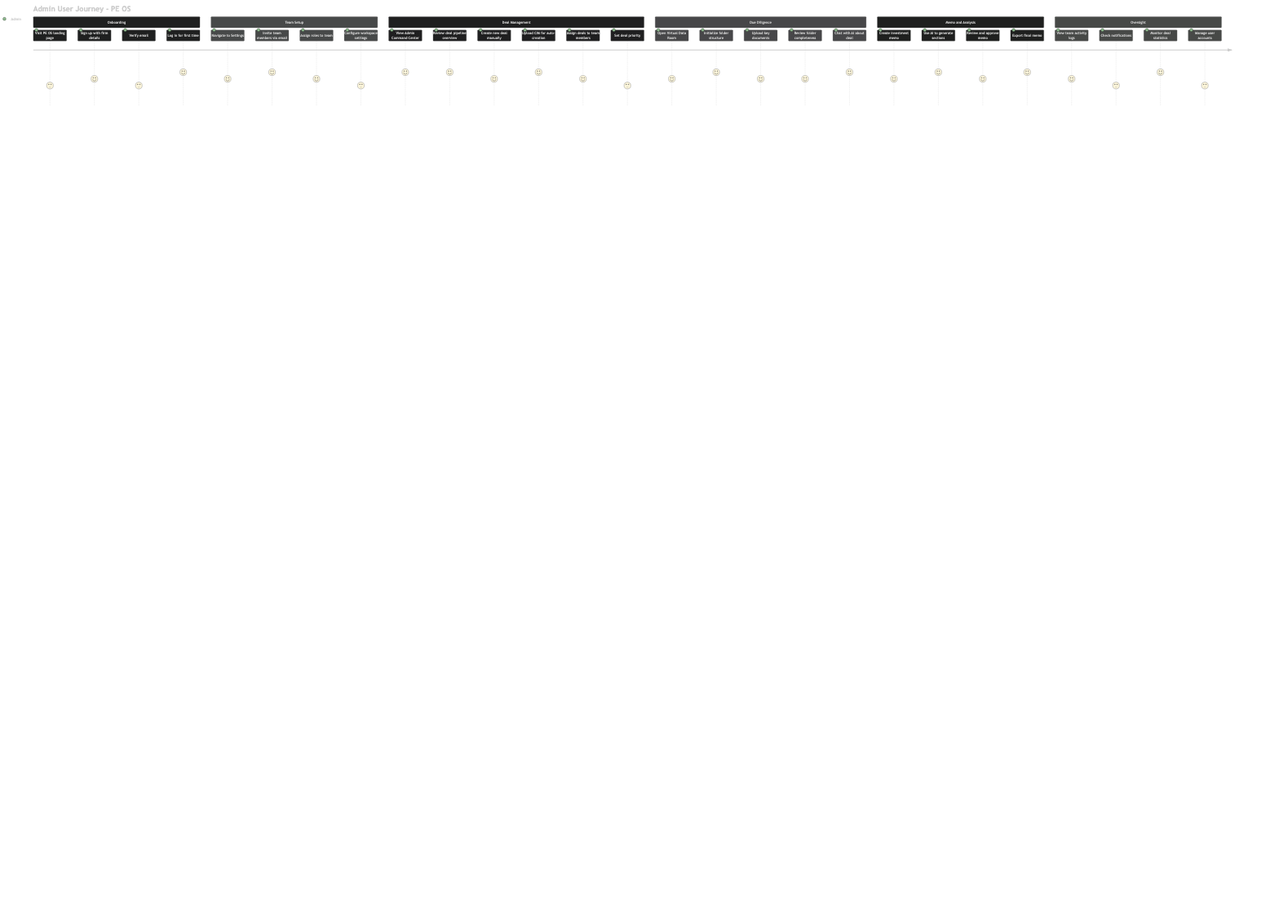
Earlier version of the Mermaid export docs/diagrams/05-user-journey-admin.png (ganeshjagtap7/pe-dealstack). Its source is kept beside it as docs/diagrams/05-user-journey-admin.mmd.
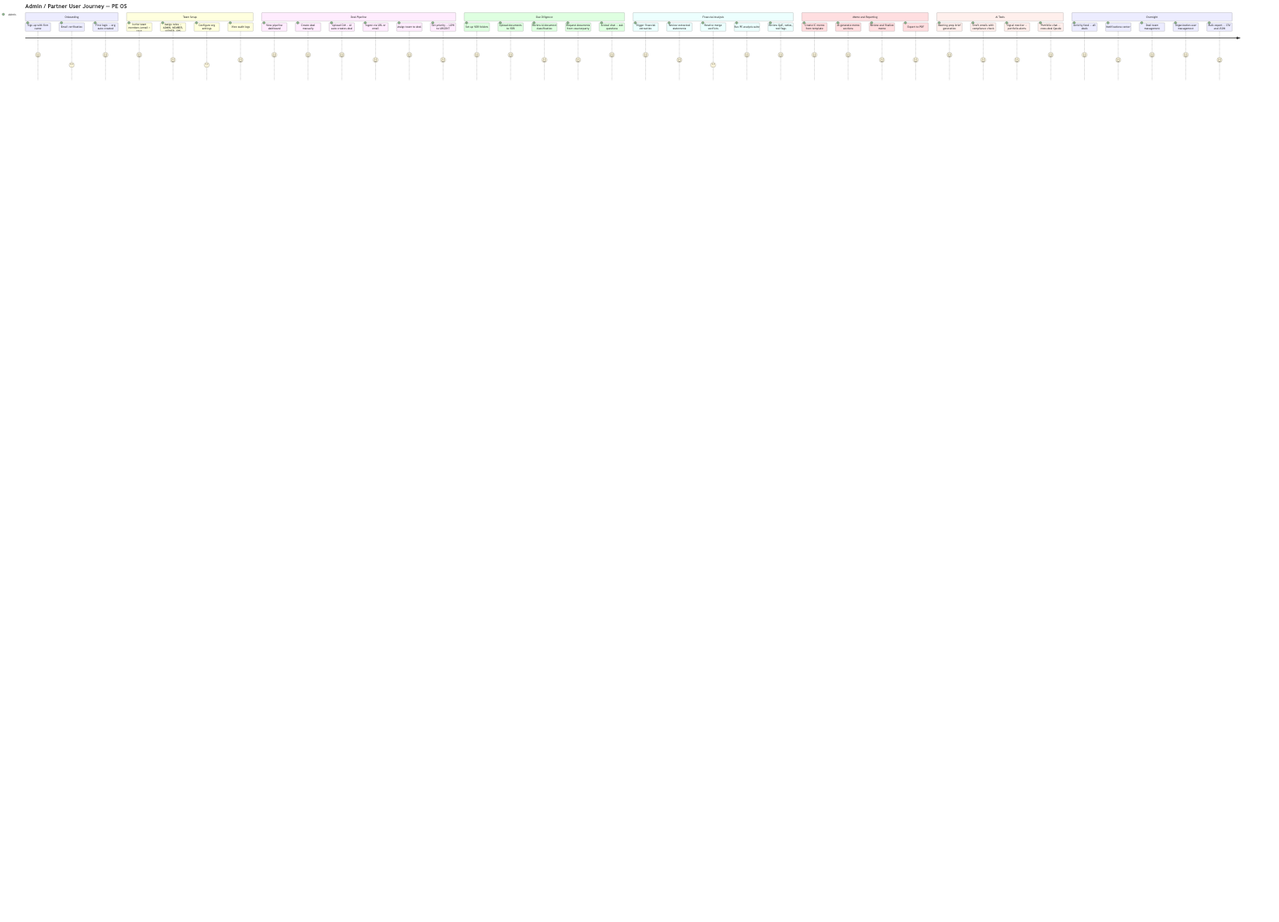
The same file after the commit.

The edit, as a diff of the source:
```diff
@@ -1,35 +1,46 @@
 journey
-    title Admin User Journey - PE OS
+    title Admin / Partner User Journey — PE OS
     section Onboarding
-        Visit PE OS landing page: 3: Admin
-        Sign up with firm details: 4: Admin
-        Verify email: 3: Admin
-        Log in for first time: 5: Admin
+        Sign up with firm name: 5: Admin
+        Email verification: 3: Admin
+        First login — org auto-created: 5: Admin
     section Team Setup
-        Navigate to Settings: 4: Admin
-        Invite team members via email: 5: Admin
-        Assign roles to team: 4: Admin
-        Configure workspace settings: 3: Admin
-    section Deal Management
-        View Admin Command Center: 5: Admin
-        Review deal pipeline overview: 5: Admin
-        Create new deal manually: 4: Admin
-        Upload CIM for auto-creation: 5: Admin
-        Assign deals to team members: 4: Admin
-        Set deal priority: 3: Admin
+        Invite team members (email + role): 5: Admin
+        Assign roles — ADMIN, MEMBER, VIEWER, OPS: 4: Admin
+        Configure org settings: 3: Admin
+        View audit logs: 4: Admin
+    section Deal Pipeline
+        View pipeline dashboard: 5: Admin
+        Create deal manually: 5: Admin
+        Upload CIM — AI auto-creates deal: 5: Admin
+        Ingest via URL or email: 4: Admin
+        Assign team to deal: 5: Admin
+        Set priority — LOW to URGENT: 4: Admin
     section Due Diligence
-        Open Virtual Data Room: 4: Admin
-        Initialize folder structure: 5: Admin
-        Upload key documents: 4: Admin
-        Review folder completeness: 4: Admin
-        Chat with AI about deal: 5: Admin
-    section Memo and Analysis
-        Create investment memo: 4: Admin
-        Use AI to generate sections: 5: Admin
-        Review and approve memo: 4: Admin
-        Export final memo: 5: Admin
+        Set up VDR folders: 5: Admin
+        Upload documents to VDR: 5: Admin
+        Review AI document classification: 4: Admin
+        Request documents from counterparty: 4: Admin
+        AI deal chat — ask questions: 5: Admin
+    section Financial Analysis
+        Trigger financial extraction: 5: Admin
+        Review extracted statements: 4: Admin
+        Resolve merge conflicts: 3: Admin
+        Run PE analysis suite: 5: Admin
+        Review QoE, ratios, red flags: 5: Admin
+    section Memo and Reporting
+        Create IC memo from template: 5: Admin
+        AI-generate memo sections: 5: Admin
+        Review and finalize memo: 4: Admin
+        Export to PDF: 4: Admin
+    section AI Tools
+        Meeting prep brief generation: 5: Admin
+        Draft emails with compliance check: 4: Admin
+        Signal monitor — portfolio alerts: 4: Admin
+        Portfolio chat — cross-deal QandA: 5: Admin
     section Oversight
-        View team activity logs: 4: Admin
-        Check notifications: 3: Admin
-        Monitor deal statistics: 5: Admin
-        Manage user accounts: 3: Admin
+        Activity feed — all deals: 5: Admin
+        Notifications center: 4: Admin
+        Deal team management: 5: Admin
+        Organization user management: 5: Admin
+        Bulk export — CSV and JSON: 4: Admin
```
